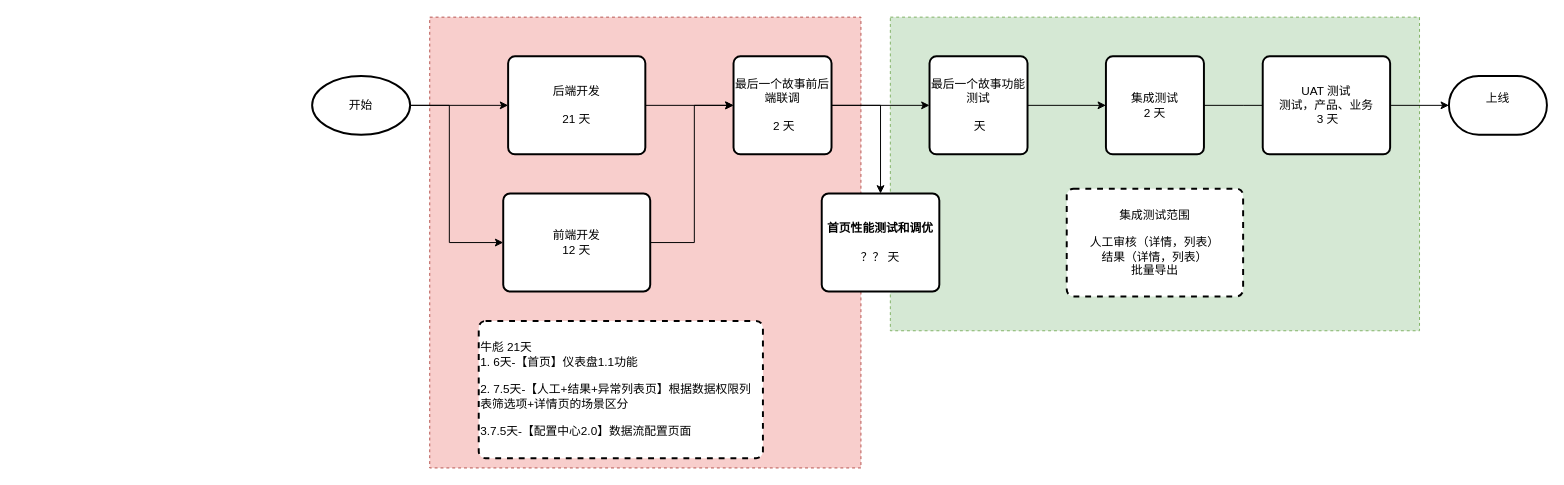
xiaofeng1986/drawIO keeps this draw.io diagram as page "图像中台S10-关键路径" (5 of 6) of Untitled Diagram.drawio. Above is the earlier version. Source tidied: cells renumbered, new cells numbered last; positions are measured from the earlier drawing's top-left corner, leaving out a move shared by most shapes. Both pictures are drawn from the tidied source at 98%, with x=0, y=0 at pixel (18, 17).
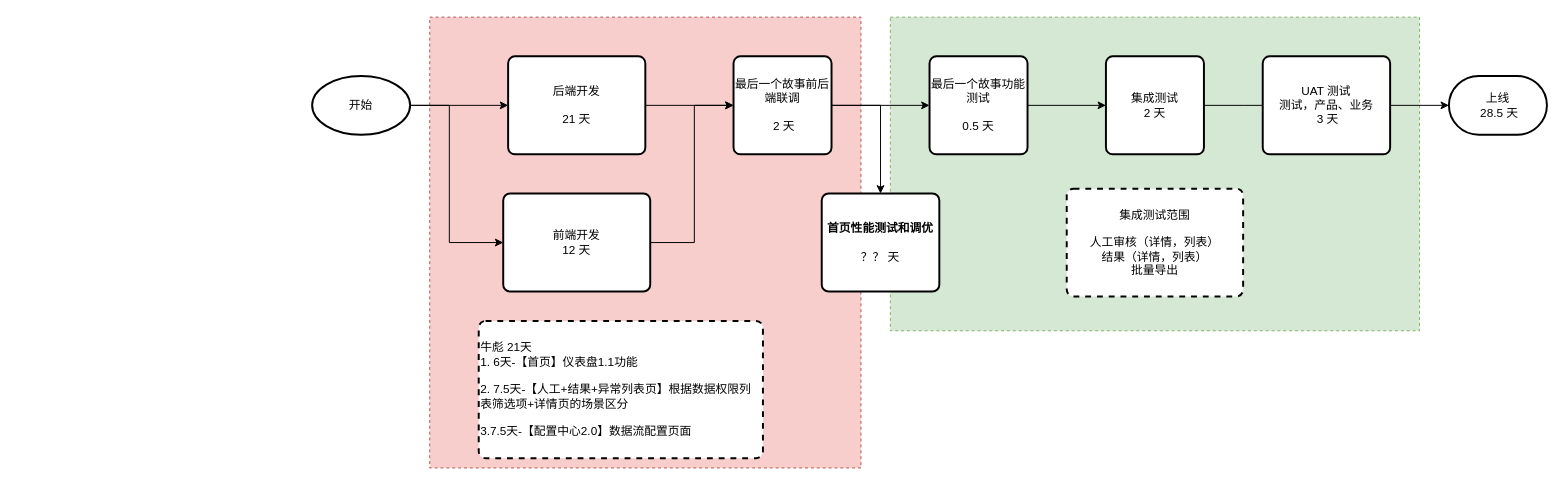
Above is the later version.

Change to the diagram source:
```diff
@@
-    <mxCell id="13" value="最后一个故事功能测试&lt;br&gt;&lt;br&gt;&amp;nbsp;天" style="rounded=1;whiteSpace=wrap;html=1;absoluteArcSize=1;arcSize=14;strokeWidth=2;" parent="1" vertex="1">
+    <mxCell id="13" value="最后一个故事功能测试&lt;br&gt;&lt;br&gt;0.5 天" style="rounded=1;whiteSpace=wrap;html=1;absoluteArcSize=1;arcSize=14;strokeWidth=2;" parent="1" vertex="1">
       <mxGeometry x="930" y="40" width="100" height="100" as="geometry" />
     </mxCell>
@@
-    <mxCell id="18" value="上线&lt;br&gt;&amp;nbsp;" style="strokeWidth=2;html=1;shape=mxgraph.flowchart.terminator;whiteSpace=wrap;" parent="1" vertex="1">
+    <mxCell id="18" value="上线&lt;br&gt;&amp;nbsp;28.5 天" style="strokeWidth=2;html=1;shape=mxgraph.flowchart.terminator;whiteSpace=wrap;" parent="1" vertex="1">
       <mxGeometry x="1460" y="60" width="100" height="60" as="geometry" />
     </mxCell>
```
